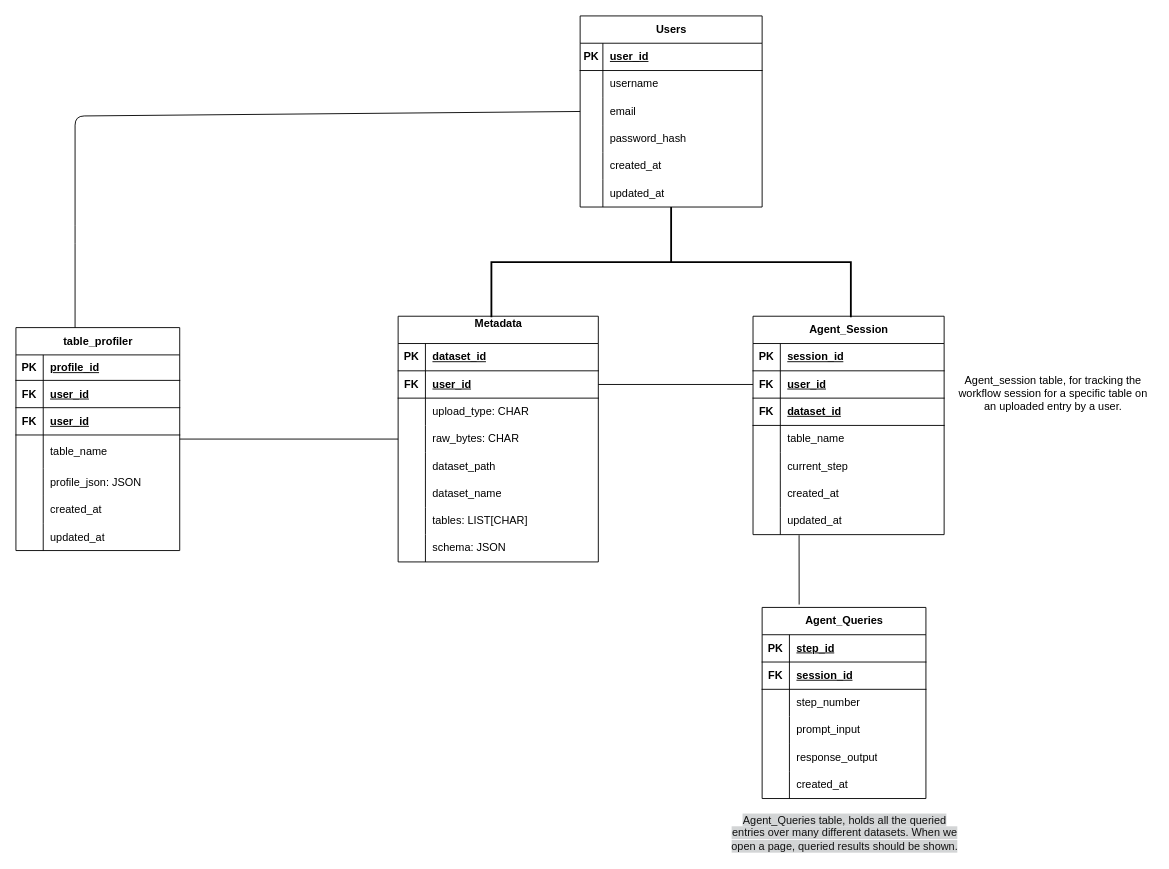
DataspaceOrg/DataspaceV1 keeps this draw.io diagram as notes/Dataspace Diagram.drawio. Above is the earlier version. Source tidied: cells renumbered, new cells numbered last; positions are measured from the earlier drawing's top-left corner, leaving out a move shared by most shapes. Both pictures are drawn from the tidied source at 91%, with x=0, y=0 at pixel (15, 15).
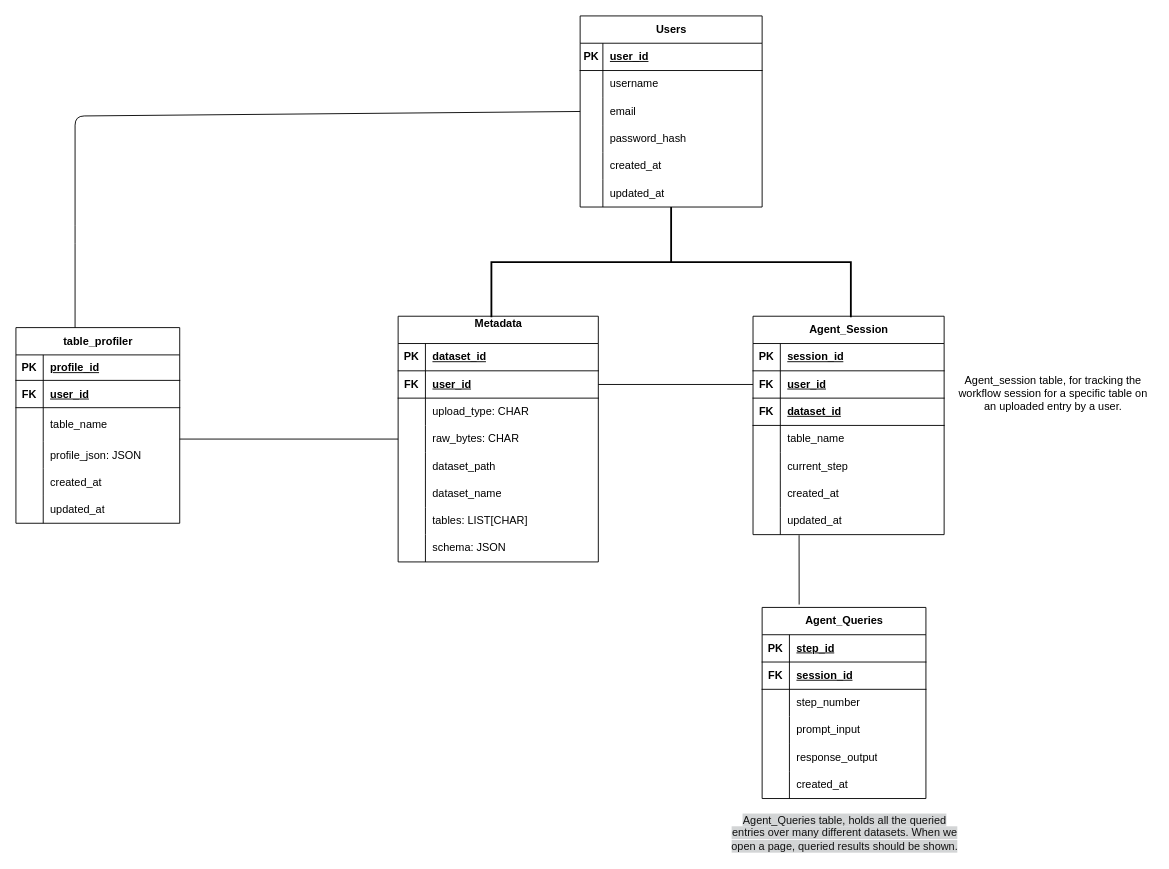
After the change.

Change to the diagram source:
```diff
@@
     <mxCell id="92" value="table_profiler" style="shape=table;startSize=30;childLayout=tableLayout;rowLines=0;fontStyle=1;align=center;html=1;" parent="1" vertex="1">
-      <mxGeometry y="342.5" width="180" height="245" as="geometry" />
+      <mxGeometry y="342.5" width="180" height="215" as="geometry" />
     </mxCell>
@@
-    <mxCell id="99" style="shape=tableRow;horizontal=0;startSize=0;swimlaneHead=0;swimlaneBody=0;fillColor=none;top=0;left=0;right=0;bottom=1;" parent="92" vertex="1">
-      <mxGeometry y="88" width="180" height="30" as="geometry" />
-    </mxCell>
-    <mxCell id="100" value="FK" style="shape=partialRectangle;fillColor=none;top=0;left=0;bottom=0;right=0;fontStyle=1;overflow=hidden;whiteSpace=wrap;html=1;" parent="99" vertex="1">
-      <mxGeometry width="30" height="30" as="geometry" />
-    </mxCell>
-    <mxCell id="101" value="user_id" style="shape=partialRectangle;fillColor=none;top=0;left=0;bottom=0;right=0;align=left;spacingLeft=6;fontStyle=5;overflow=hidden;whiteSpace=wrap;html=1;" parent="99" vertex="1">
-      <mxGeometry x="30" width="150" height="30" as="geometry" />
-    </mxCell>
     <mxCell id="102" style="shape=tableRow;horizontal=0;startSize=0;swimlaneHead=0;swimlaneBody=0;fillColor=none;top=0;left=0;right=0;bottom=0;" parent="92" vertex="1">
-      <mxGeometry y="118" width="180" height="37" as="geometry" />
+      <mxGeometry y="88" width="180" height="37" as="geometry" />
     </mxCell>
@@
     <mxCell id="105" style="shape=tableRow;horizontal=0;startSize=0;swimlaneHead=0;swimlaneBody=0;fillColor=none;top=0;left=0;right=0;bottom=0;" parent="92" vertex="1">
-      <mxGeometry y="155" width="180" height="30" as="geometry" />
+      <mxGeometry y="125" width="180" height="30" as="geometry" />
     </mxCell>
@@
     <mxCell id="108" style="shape=tableRow;horizontal=0;startSize=0;swimlaneHead=0;swimlaneBody=0;fillColor=none;top=0;left=0;right=0;bottom=0;" parent="92" vertex="1">
-      <mxGeometry y="185" width="180" height="30" as="geometry" />
+      <mxGeometry y="155" width="180" height="30" as="geometry" />
     </mxCell>
@@
     <mxCell id="111" style="shape=tableRow;horizontal=0;startSize=0;swimlaneHead=0;swimlaneBody=0;fillColor=none;top=0;left=0;right=0;bottom=0;" parent="92" vertex="1">
-      <mxGeometry y="215" width="180" height="30" as="geometry" />
+      <mxGeometry y="185" width="180" height="30" as="geometry" />
     </mxCell>
```
